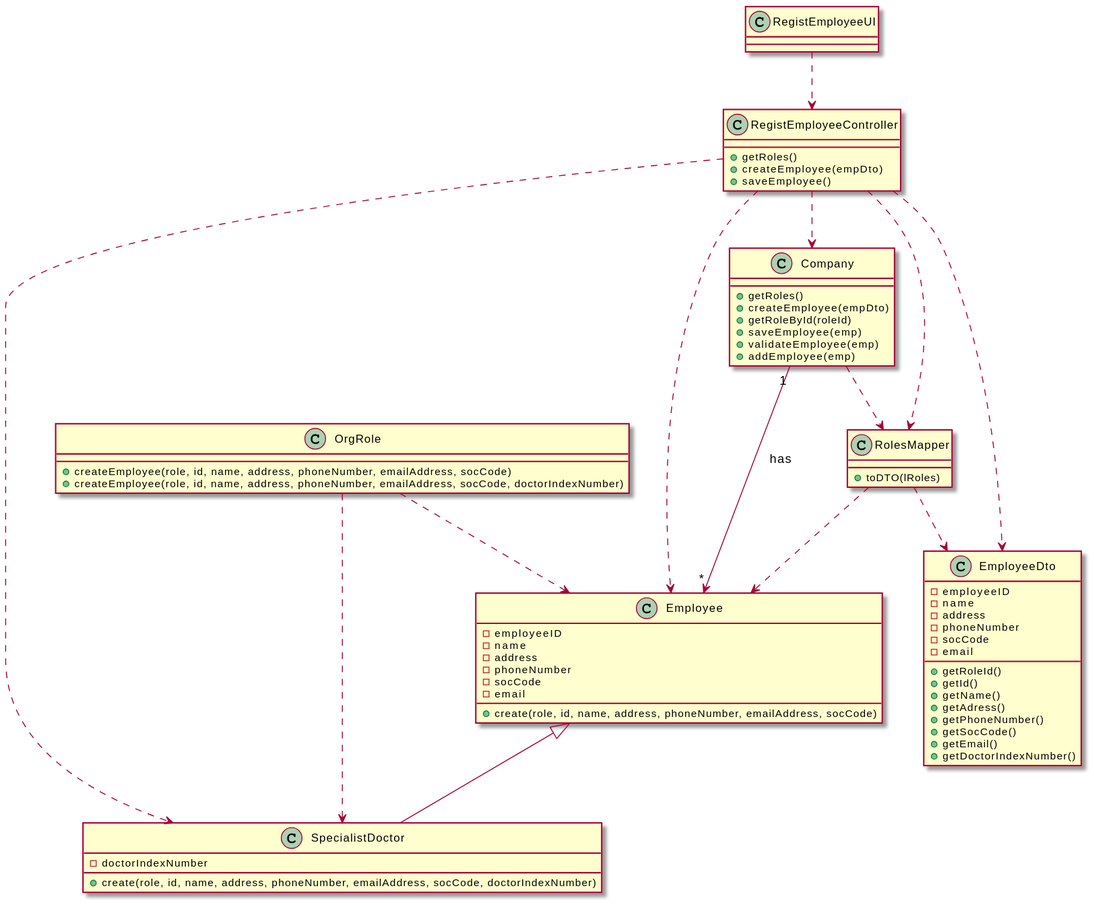
Above: docs/SprintB/US7_CreateEmployee/US007_CD.svg in Pedromaia26/LAPR2-ISEP (PlantUML), before the change.
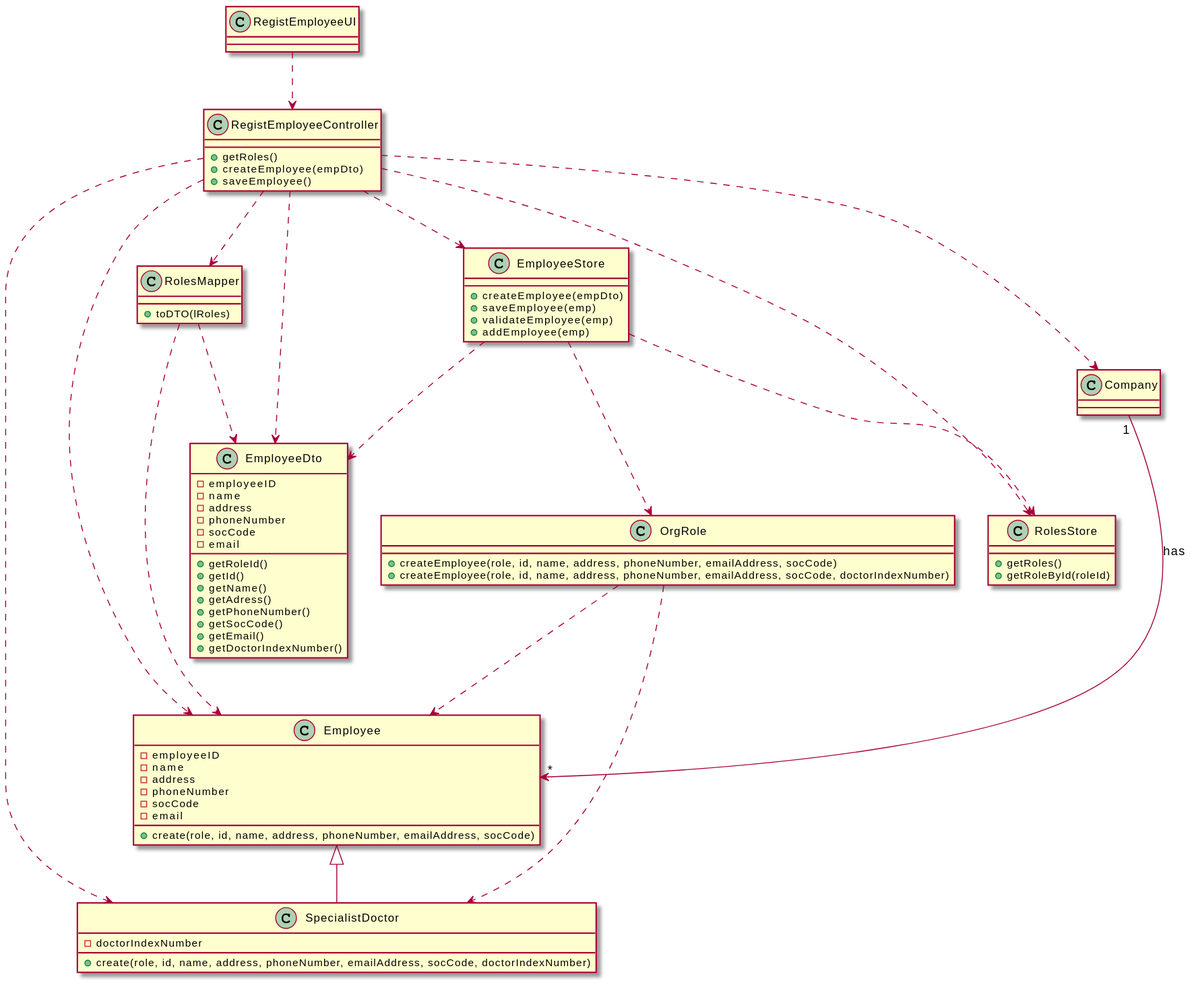
Above is the later version.

Change to the diagram source:
```diff
@@ -5,6 +5,9 @@
 RegistEmployeeController ..>SpecialistDoctor
 RegistEmployeeController ..>RolesMapper
 RegistEmployeeController ..>EmployeeDto
+RegistEmployeeController ..>RolesStore
+RegistEmployeeController ..>EmployeeStore
+
 OrgRole ..> Employee
 OrgRole ..> SpecialistDoctor
 Employee <|-- SpecialistDoctor
@@ -15,7 +18,9 @@
 
 Company "1" --> "*" Employee: has
 
-Company ..> RolesMapper
+EmployeeStore ..>EmployeeDto
+EmployeeStore ..>RolesStore
+EmployeeStore ..>OrgRole
 
 RolesMapper ..> EmployeeDto
 
@@ -23,12 +28,12 @@
 
 RolesMapper : +toDTO(lRoles)
 
-Company : +getRoles()
-Company : +createEmployee(empDto)
-Company : +getRoleById(roleId)
-Company : +saveEmployee(emp)
-Company : +validateEmployee(emp)
-Company : +addEmployee(emp)
+RolesStore : +getRoles()
+EmployeeStore : +createEmployee(empDto)
+RolesStore : +getRoleById(roleId)
+EmployeeStore : +saveEmployee(emp)
+EmployeeStore : +validateEmployee(emp)
+EmployeeStore : +addEmployee(emp)
 
 OrgRole : +createEmployee(role, id, name, address, phoneNumber, emailAddress, socCode)
 OrgRole : +createEmployee(role, id, name, address, phoneNumber, emailAddress, socCode, doctorIndexNumber)
```
